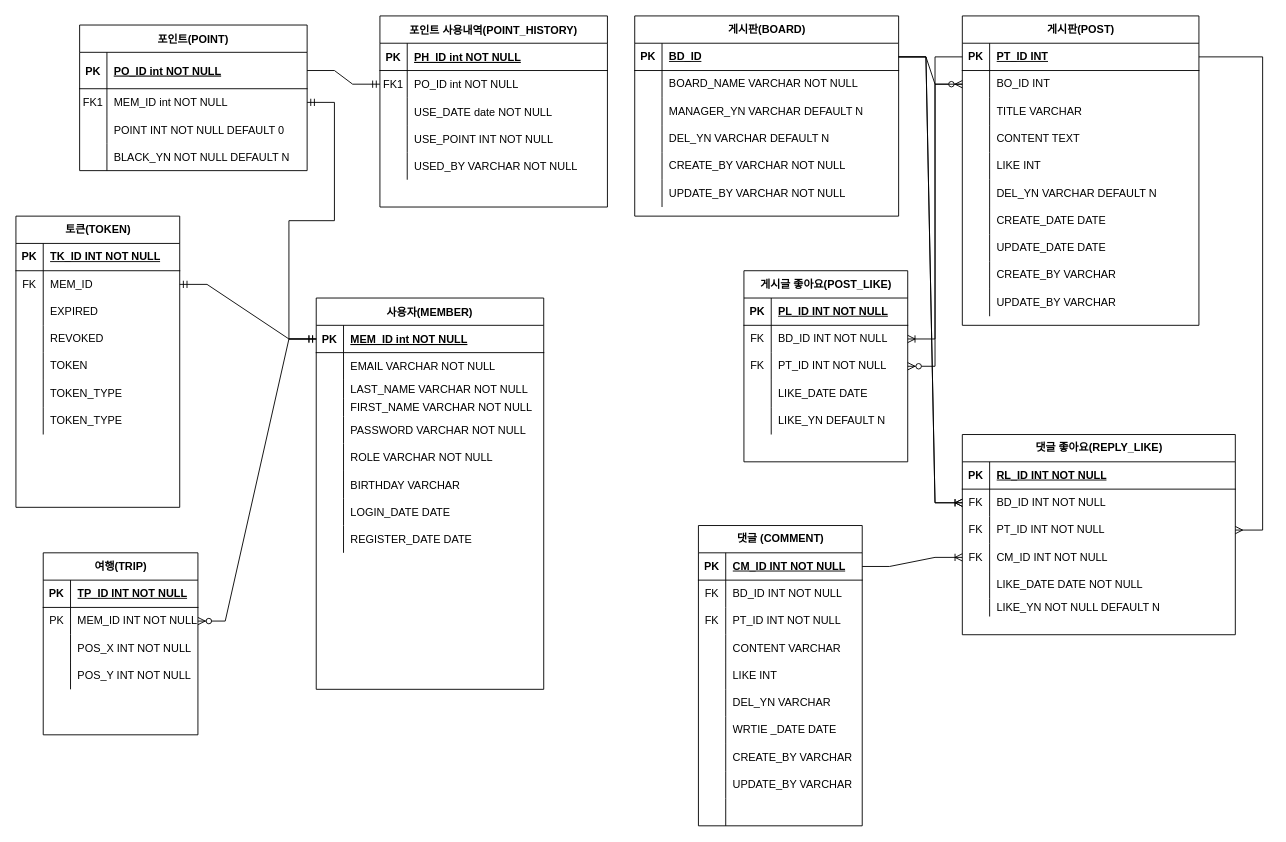
DongJu-Na/Nadry keeps this draw.io diagram as docs/나들이_ERD.drawio. Above is the earlier version. Source tidied: cells renumbered, new cells numbered last; positions are measured from the earlier drawing's top-left corner, leaving out a move shared by most shapes. Both pictures are drawn from the tidied source at 91%, with x=0, y=0 at pixel (15, 15).
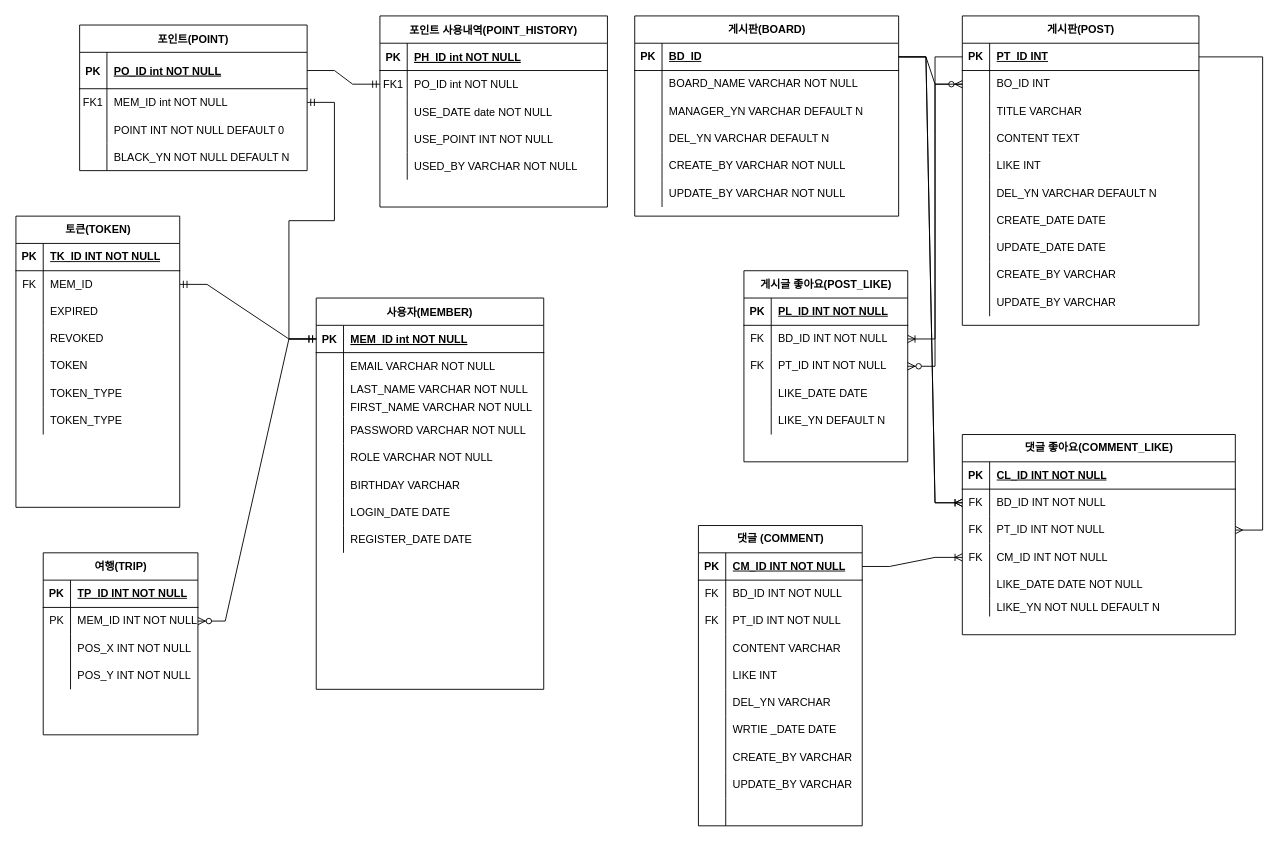
The same diagram, later.

Unchanged cells that the change refers to:
```xml
<mxCell id="152" style="shape=tableRow;horizontal=0;startSize=0;swimlaneHead=0;swimlaneBody=0;fillColor=none;top=0;left=0;right=0;bottom=1;" parent="151" vertex="1">
  <mxGeometry y="30" width="300" height="30" as="geometry" />
</mxCell>
```

Diff of the diagram source:
```diff
@@
-    <mxCell id="151" value="댓글 좋아요(REPLY_LIKE)" style="shape=table;startSize=30;childLayout=tableLayout;rowLines=0;fontStyle=1;align=center;html=1;" parent="1" vertex="1">
+    <mxCell id="151" value="댓글 좋아요(COMMENT_LIKE)" style="shape=table;startSize=30;childLayout=tableLayout;rowLines=0;fontStyle=1;align=center;html=1;" parent="1" vertex="1">
       <mxGeometry x="1040" y="460" width="300" height="220" as="geometry" />
     </mxCell>
@@
-    <mxCell id="154" value="RL_ID INT NOT NULL" style="shape=partialRectangle;fillColor=none;top=0;left=0;bottom=0;right=0;align=left;spacingLeft=6;fontStyle=5;overflow=hidden;whiteSpace=wrap;html=1;" parent="152" vertex="1">
+    <mxCell id="154" value="CL_ID INT NOT NULL" style="shape=partialRectangle;fillColor=none;top=0;left=0;bottom=0;right=0;align=left;spacingLeft=6;fontStyle=5;overflow=hidden;whiteSpace=wrap;html=1;" parent="152" vertex="1">
       <mxGeometry x="30" width="270" height="30" as="geometry" />
     </mxCell>
```
